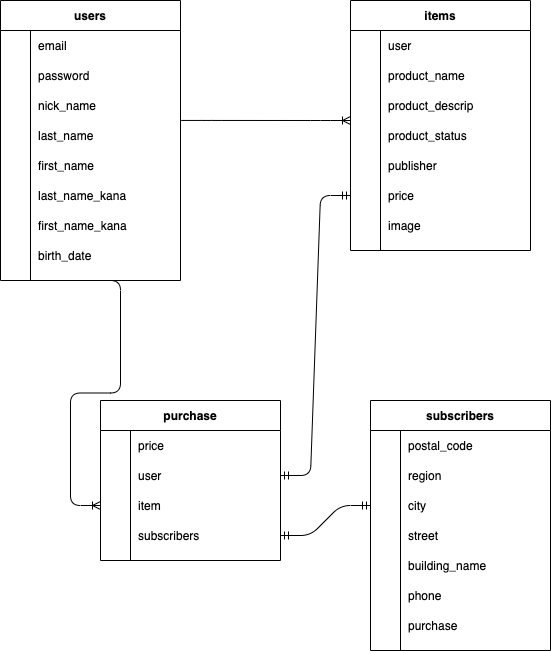
Before: ER.png, a diagram exported from draw.io (komadorihouse/furima-35680). Source tidied: cells renumbered, new cells last; positions are measured from the earlier drawing's top-left corner, leaving out a move shared by most shapes.
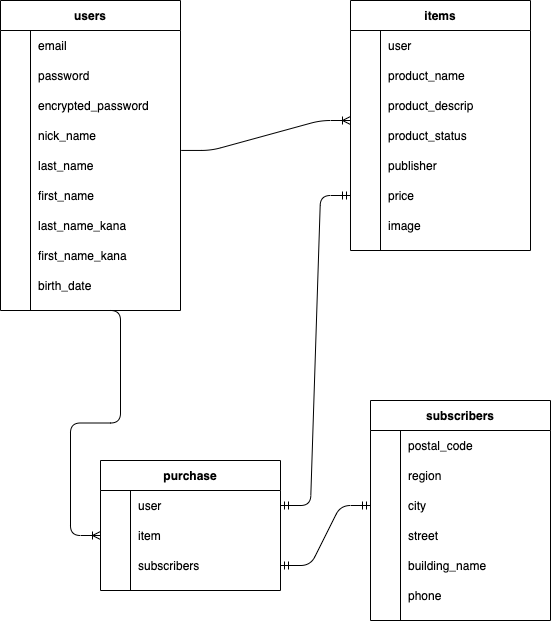
Later version of the same file.

Change to the diagram source:
```diff
@@ -3,7 +3,7 @@
     <mxCell id="0" />
     <mxCell id="1" parent="0" />
     <mxCell id="2" value="users" style="shape=table;startSize=30;rowLines=0;fontStyle=1;align=center;" parent="1" vertex="1">
-      <mxGeometry width="180" height="280" as="geometry" />
+      <mxGeometry width="180" height="310" as="geometry" />
     </mxCell>
     <mxCell id="3" style="shape=partialRectangle;fillColor=none;top=0;left=0;bottom=0;right=0;" parent="2" vertex="1">
       <mxGeometry y="30" width="180" height="30" as="geometry" />
@@ -23,8 +23,17 @@
     <mxCell id="8" value="password" style="shape=partialRectangle;fillColor=none;top=0;left=0;bottom=0;right=0;align=left;spacingLeft=6;overflow=hidden;" parent="6" vertex="1">
       <mxGeometry x="30" width="150" height="30" as="geometry" />
     </mxCell>
+    <mxCell id="88" style="shape=partialRectangle;fillColor=none;top=0;left=0;bottom=0;right=0;" parent="2" vertex="1">
+      <mxGeometry y="90" width="180" height="30" as="geometry" />
+    </mxCell>
+    <mxCell id="89" style="shape=partialRectangle;fillColor=none;top=0;left=0;bottom=0;right=0;overflow=hidden;" parent="88" vertex="1">
+      <mxGeometry width="30" height="30" as="geometry" />
+    </mxCell>
+    <mxCell id="90" value="encrypted_password" style="shape=partialRectangle;fillColor=none;top=0;left=0;bottom=0;right=0;align=left;spacingLeft=6;overflow=hidden;" parent="88" vertex="1">
+      <mxGeometry x="30" width="150" height="30" as="geometry" />
+    </mxCell>
     <mxCell id="9" style="shape=partialRectangle;fillColor=none;top=0;left=0;bottom=0;right=0;" parent="2" vertex="1">
-      <mxGeometry y="90" width="180" height="30" as="geometry" />
+      <mxGeometry y="120" width="180" height="30" as="geometry" />
     </mxCell>
     <mxCell id="10" style="shape=partialRectangle;fillColor=none;top=0;left=0;bottom=0;right=0;overflow=hidden;" parent="9" vertex="1">
       <mxGeometry width="30" height="30" as="geometry" />
@@ -33,7 +42,7 @@
       <mxGeometry x="30" width="150" height="30" as="geometry" />
     </mxCell>
     <mxCell id="12" style="shape=partialRectangle;fillColor=none;top=0;left=0;bottom=0;right=0;points=[[0,0.5],[1,0.5]];portConstraint=eastwest;" parent="2" vertex="1">
-      <mxGeometry y="120" width="180" height="30" as="geometry" />
+      <mxGeometry y="150" width="180" height="30" as="geometry" />
     </mxCell>
     <mxCell id="13" style="shape=partialRectangle;fillColor=none;top=0;left=0;bottom=0;right=0;overflow=hidden;" parent="12" vertex="1">
       <mxGeometry width="30" height="30" as="geometry" />
@@ -42,7 +51,7 @@
       <mxGeometry x="30" width="150" height="30" as="geometry" />
     </mxCell>
     <mxCell id="15" style="shape=partialRectangle;fillColor=none;top=0;left=0;bottom=0;right=0;" parent="2" vertex="1">
-      <mxGeometry y="150" width="180" height="30" as="geometry" />
+      <mxGeometry y="180" width="180" height="30" as="geometry" />
     </mxCell>
     <mxCell id="16" style="shape=partialRectangle;fillColor=none;top=0;left=0;bottom=0;right=0;overflow=hidden;" parent="15" vertex="1">
       <mxGeometry width="30" height="30" as="geometry" />
@@ -51,7 +60,7 @@
       <mxGeometry x="30" width="150" height="30" as="geometry" />
     </mxCell>
     <mxCell id="18" style="shape=partialRectangle;fillColor=none;top=0;left=0;bottom=0;right=0;" parent="2" vertex="1">
-      <mxGeometry y="180" width="180" height="30" as="geometry" />
+      <mxGeometry y="210" width="180" height="30" as="geometry" />
     </mxCell>
     <mxCell id="19" style="shape=partialRectangle;fillColor=none;top=0;left=0;bottom=0;right=0;overflow=hidden;" parent="18" vertex="1">
       <mxGeometry width="30" height="30" as="geometry" />
@@ -60,7 +69,7 @@
       <mxGeometry x="30" width="150" height="30" as="geometry" />
     </mxCell>
     <mxCell id="21" style="shape=partialRectangle;fillColor=none;top=0;left=0;bottom=0;right=0;" parent="2" vertex="1">
-      <mxGeometry y="210" width="180" height="30" as="geometry" />
+      <mxGeometry y="240" width="180" height="30" as="geometry" />
     </mxCell>
     <mxCell id="22" style="shape=partialRectangle;fillColor=none;top=0;left=0;bottom=0;right=0;overflow=hidden;" parent="21" vertex="1">
       <mxGeometry width="30" height="30" as="geometry" />
@@ -69,7 +78,7 @@
       <mxGeometry x="30" width="150" height="30" as="geometry" />
     </mxCell>
     <mxCell id="24" style="shape=partialRectangle;fillColor=none;top=0;left=0;bottom=0;right=0;" parent="2" vertex="1">
-      <mxGeometry y="240" width="180" height="30" as="geometry" />
+      <mxGeometry y="270" width="180" height="30" as="geometry" />
     </mxCell>
     <mxCell id="25" style="shape=partialRectangle;fillColor=none;top=0;left=0;bottom=0;right=0;overflow=hidden;" parent="24" vertex="1">
       <mxGeometry width="30" height="30" as="geometry" />
@@ -144,7 +153,7 @@
       <mxGeometry x="30" width="150" height="30" as="geometry" />
     </mxCell>
     <mxCell id="49" value="subscribers" style="shape=table;startSize=30;rowLines=0;fontStyle=1;align=center;" parent="1" vertex="1">
-      <mxGeometry x="370" y="400" width="180" height="250" as="geometry" />
+      <mxGeometry x="370" y="400" width="180" height="220" as="geometry" />
     </mxCell>
     <mxCell id="50" style="shape=partialRectangle;fillColor=none;top=0;left=0;bottom=0;right=0;" parent="49" vertex="1">
       <mxGeometry y="30" width="180" height="30" as="geometry" />
@@ -200,29 +209,11 @@
     <mxCell id="67" value="phone" style="shape=partialRectangle;fillColor=none;top=0;left=0;bottom=0;right=0;align=left;spacingLeft=6;overflow=hidden;" parent="65" vertex="1">
       <mxGeometry x="30" width="150" height="30" as="geometry" />
     </mxCell>
-    <mxCell id="68" style="shape=partialRectangle;fillColor=none;top=0;left=0;bottom=0;right=0;" parent="49" vertex="1">
-      <mxGeometry y="210" width="180" height="30" as="geometry" />
-    </mxCell>
-    <mxCell id="69" style="shape=partialRectangle;fillColor=none;top=0;left=0;bottom=0;right=0;overflow=hidden;" parent="68" vertex="1">
-      <mxGeometry width="30" height="30" as="geometry" />
-    </mxCell>
-    <mxCell id="70" value="purchase" style="shape=partialRectangle;fillColor=none;top=0;left=0;bottom=0;right=0;align=left;spacingLeft=6;overflow=hidden;" parent="68" vertex="1">
-      <mxGeometry x="30" width="150" height="30" as="geometry" />
-    </mxCell>
     <mxCell id="71" value="purchase" style="shape=table;startSize=30;rowLines=0;fontStyle=1;align=center;" parent="1" vertex="1">
-      <mxGeometry x="100" y="400" width="180" height="160" as="geometry" />
+      <mxGeometry x="100" y="460" width="180" height="130" as="geometry" />
     </mxCell>
-    <mxCell id="72" style="shape=partialRectangle;fillColor=none;top=0;left=0;bottom=0;right=0;" parent="71" vertex="1">
-      <mxGeometry y="30" width="180" height="30" as="geometry" />
-    </mxCell>
-    <mxCell id="73" style="shape=partialRectangle;fillColor=none;top=0;left=0;bottom=0;right=0;overflow=hidden;" parent="72" vertex="1">
-      <mxGeometry width="30" height="30" as="geometry" />
-    </mxCell>
-    <mxCell id="74" value="price" style="shape=partialRectangle;fillColor=none;top=0;left=0;bottom=0;right=0;align=left;spacingLeft=6;overflow=hidden;" parent="72" vertex="1">
-      <mxGeometry x="30" width="150" height="30" as="geometry" />
-    </mxCell>
     <mxCell id="75" style="shape=partialRectangle;fillColor=none;top=0;left=0;bottom=0;right=0;points=[[0,0.5],[1,0.5]];portConstraint=eastwest;" parent="71" vertex="1">
-      <mxGeometry y="60" width="180" height="30" as="geometry" />
+      <mxGeometry y="30" width="180" height="30" as="geometry" />
     </mxCell>
     <mxCell id="76" style="shape=partialRectangle;fillColor=none;top=0;left=0;bottom=0;right=0;overflow=hidden;" parent="75" vertex="1">
       <mxGeometry width="30" height="30" as="geometry" />
@@ -231,7 +222,7 @@
       <mxGeometry x="30" width="150" height="30" as="geometry" />
     </mxCell>
     <mxCell id="78" style="shape=partialRectangle;fillColor=none;top=0;left=0;bottom=0;right=0;points=[[0,0.5],[1,0.5]];portConstraint=eastwest;" parent="71" vertex="1">
-      <mxGeometry y="90" width="180" height="30" as="geometry" />
+      <mxGeometry y="60" width="180" height="30" as="geometry" />
     </mxCell>
     <mxCell id="79" style="shape=partialRectangle;fillColor=none;top=0;left=0;bottom=0;right=0;overflow=hidden;" parent="78" vertex="1">
       <mxGeometry width="30" height="30" as="geometry" />
@@ -240,7 +231,7 @@
       <mxGeometry x="30" width="150" height="30" as="geometry" />
     </mxCell>
     <mxCell id="81" style="shape=partialRectangle;fillColor=none;top=0;left=0;bottom=0;right=0;points=[[0,0.5],[1,0.5]];portConstraint=eastwest;" parent="71" vertex="1">
-      <mxGeometry y="120" width="180" height="30" as="geometry" />
+      <mxGeometry y="90" width="180" height="30" as="geometry" />
     </mxCell>
     <mxCell id="82" style="shape=partialRectangle;fillColor=none;top=0;left=0;bottom=0;right=0;overflow=hidden;" parent="81" vertex="1">
       <mxGeometry width="30" height="30" as="geometry" />
```
